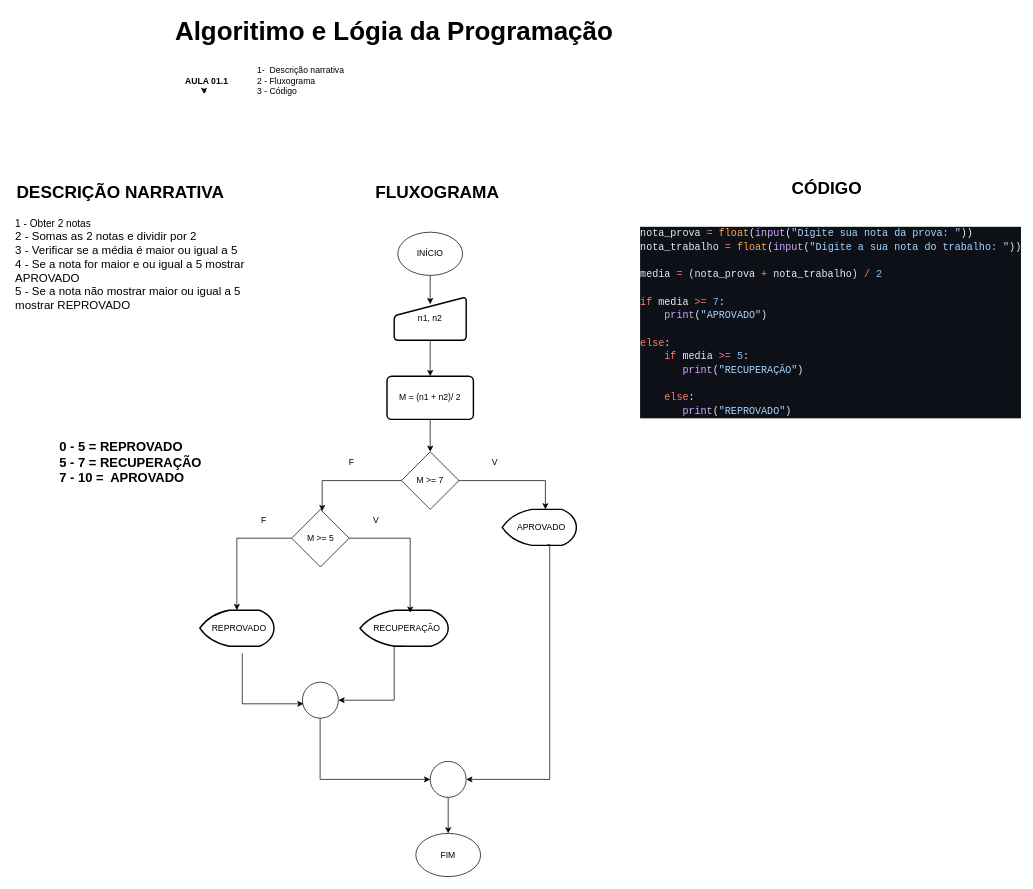
Above: aula_01/aula-01-2-media/diagrama_aula_01-2.drawio in ligialopes88/estudos-python (draw.io), before the change. Source tidied: cells renumbered, new cells numbered last; positions are measured from the earlier drawing's top-left corner, leaving out a move shared by most shapes. Both pictures are drawn from the tidied source at 72%, with x=0, y=0 at pixel (12, 12).
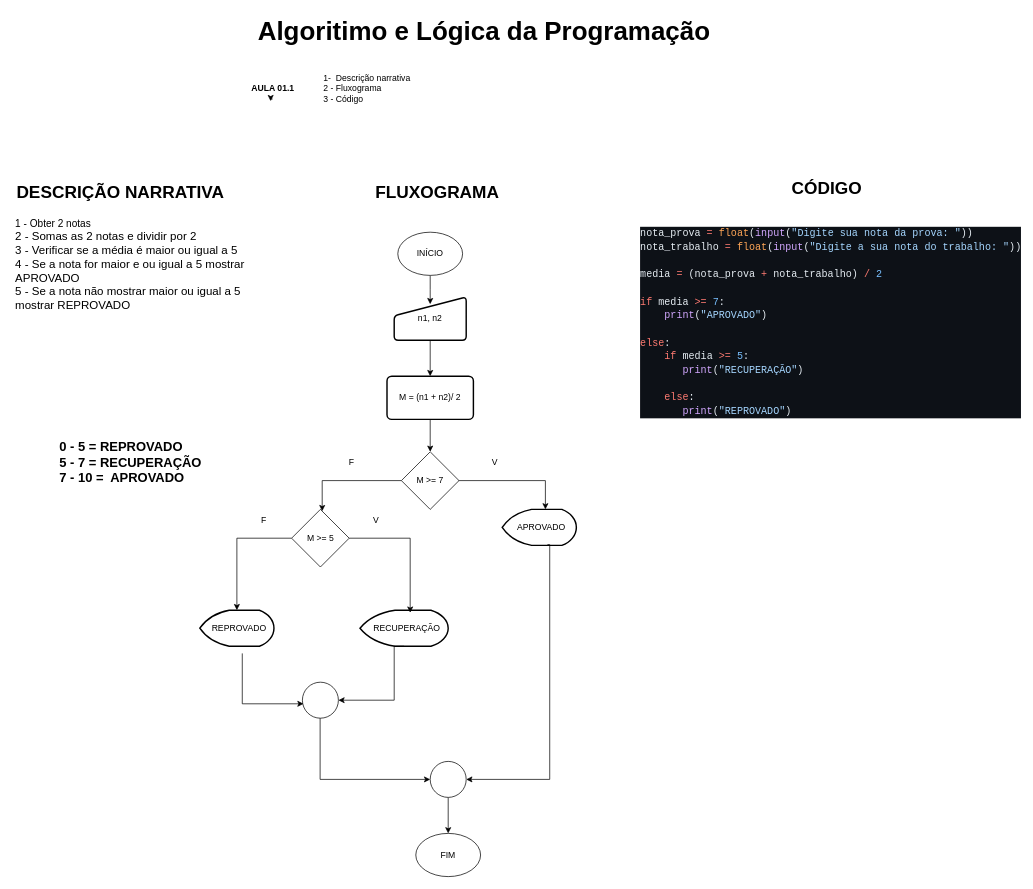
The same page after the edit.

Diff of the diagram source:
```diff
@@
-    <mxCell id="2" value="&lt;b&gt;&lt;font style=&quot;font-size: 36px;&quot;&gt;Algoritimo e Lógia da Programação&lt;/font&gt;&lt;/b&gt;" style="text;html=1;whiteSpace=wrap;strokeColor=none;fillColor=none;align=center;verticalAlign=middle;rounded=0;" parent="1" vertex="1">
-      <mxGeometry x="220" width="620" height="50" as="geometry" />
+    <mxCell id="2" value="&lt;b&gt;&lt;font style=&quot;font-size: 36px;&quot;&gt;Algoritimo e Lógica da Programação&lt;/font&gt;&lt;/b&gt;" style="text;html=1;whiteSpace=wrap;strokeColor=none;fillColor=none;align=center;verticalAlign=middle;rounded=0;" parent="1" vertex="1">
+      <mxGeometry x="310" width="690" height="50" as="geometry" />
     </mxCell>
     <mxCell id="3" value="&lt;div style=&quot;&quot;&gt;&lt;b&gt;AULA 01.1&lt;/b&gt;&lt;/div&gt;" style="text;html=1;whiteSpace=wrap;strokeColor=none;fillColor=none;align=left;verticalAlign=middle;rounded=0;" parent="1" vertex="1">
-      <mxGeometry x="237.5" y="80" width="62.5" height="30" as="geometry" />
+      <mxGeometry x="330" y="90" width="62.5" height="30" as="geometry" />
     </mxCell>
@@
     <mxCell id="5" value="&lt;div style=&quot;&quot;&gt;&lt;span style=&quot;background-color: transparent; color: light-dark(rgb(0, 0, 0), rgb(255, 255, 255));&quot;&gt;1-&amp;nbsp; Descrição narrativa&lt;/span&gt;&lt;/div&gt;&lt;div&gt;2 - Fluxograma&lt;/div&gt;&lt;div&gt;3 - Código&lt;/div&gt;" style="text;html=1;whiteSpace=wrap;strokeColor=none;fillColor=none;align=left;verticalAlign=middle;rounded=0;" parent="1" vertex="1">
-      <mxGeometry x="337.5" y="80" width="130" height="30" as="geometry" />
+      <mxGeometry x="430" y="90" width="130" height="30" as="geometry" />
     </mxCell>
```
